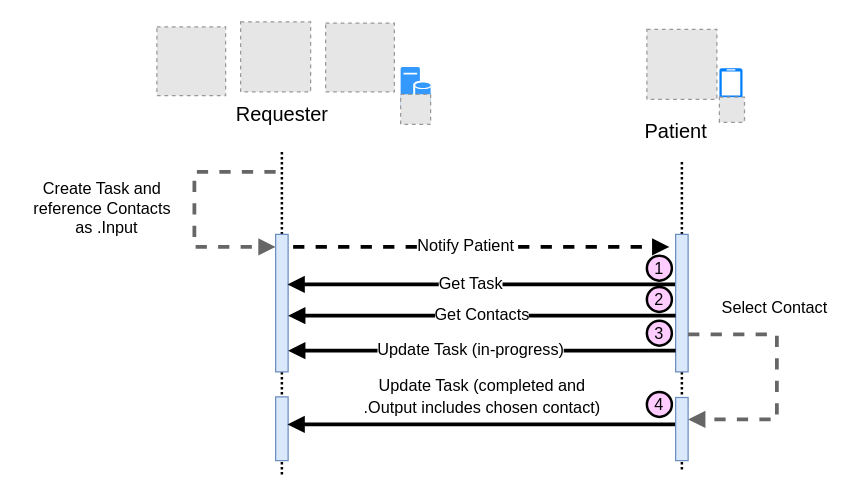
The draw.io diagram Images Source/PatientContact.drawio in HL7/fhir-sdoh-clinicalcare, before the edit. Source tidied: cells renumbered, new cells numbered last; positions are measured from the earlier drawing's top-left corner, leaving out a move shared by most shapes. Both pictures are drawn from the tidied source at 125%, with x=0, y=0 at pixel (21, 21). Pictures stored in the file or linked from it are replaced by grey dashed boxes.
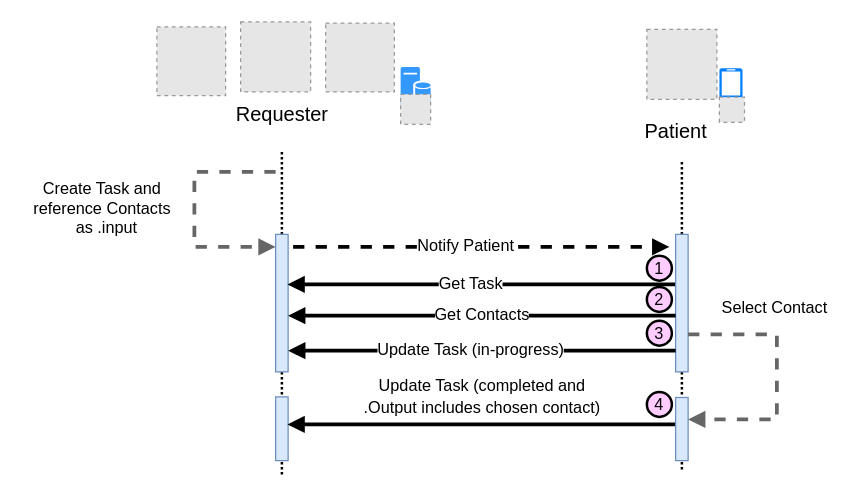
After the change.

Change to the diagram source:
```diff
@@
-    <mxCell id="17" value="&lt;span style=&quot;font-size: 13px; text-align: left; background-color: rgb(255, 255, 255);&quot;&gt;Create Task and &lt;br style=&quot;font-size: 13px;&quot;&gt;reference&amp;nbsp;&lt;/span&gt;&lt;span style=&quot;font-size: 13px; text-align: left; background-color: rgb(255, 255, 255);&quot;&gt;Contacts&lt;br style=&quot;font-size: 13px;&quot;&gt;&amp;nbsp; as .Input&lt;/span&gt;" style="text;html=1;align=center;verticalAlign=middle;strokeColor=none;fillColor=none;fontSize=13;" parent="1" vertex="1">
+    <mxCell id="17" value="&lt;span style=&quot;font-size: 13px; text-align: left; background-color: rgb(255, 255, 255);&quot;&gt;Create Task and &lt;br style=&quot;font-size: 13px;&quot;&gt;reference&amp;nbsp;&lt;/span&gt;&lt;span style=&quot;font-size: 13px; text-align: left; background-color: rgb(255, 255, 255);&quot;&gt;Contacts&lt;br style=&quot;font-size: 13px;&quot;&gt;&amp;nbsp; as .input&lt;/span&gt;" style="text;html=1;align=center;verticalAlign=middle;strokeColor=none;fillColor=none;fontSize=13;" parent="1" vertex="1">
       <mxGeometry y="119" width="128" height="59" as="geometry" />
     </mxCell>
```
